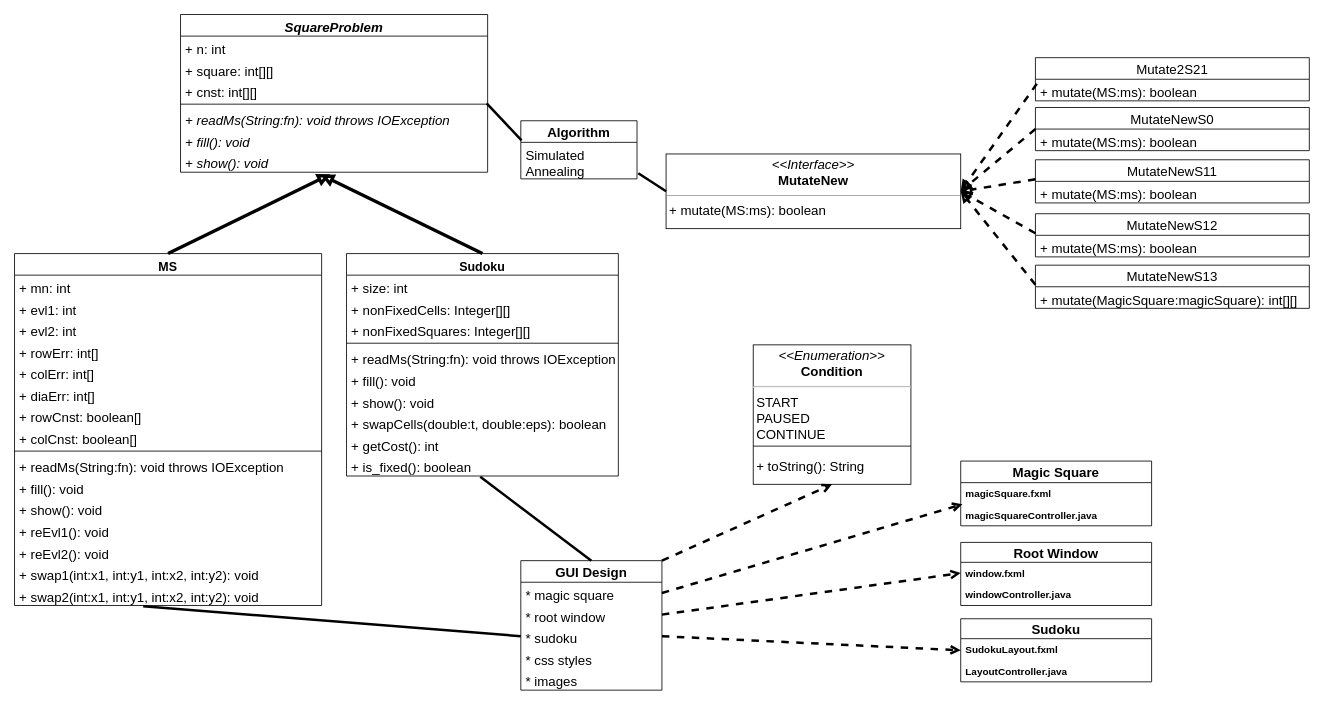
CharlotteE67/CharlotteE67.github.io keeps this draw.io diagram as UML-CS209.drawio. Above is the earlier version. Source tidied: cells renumbered, new cells numbered last; positions are measured from the earlier drawing's top-left corner, leaving out a move shared by most shapes. Both pictures are drawn from the tidied source at 83%, with x=0, y=0 at pixel (14, 14).
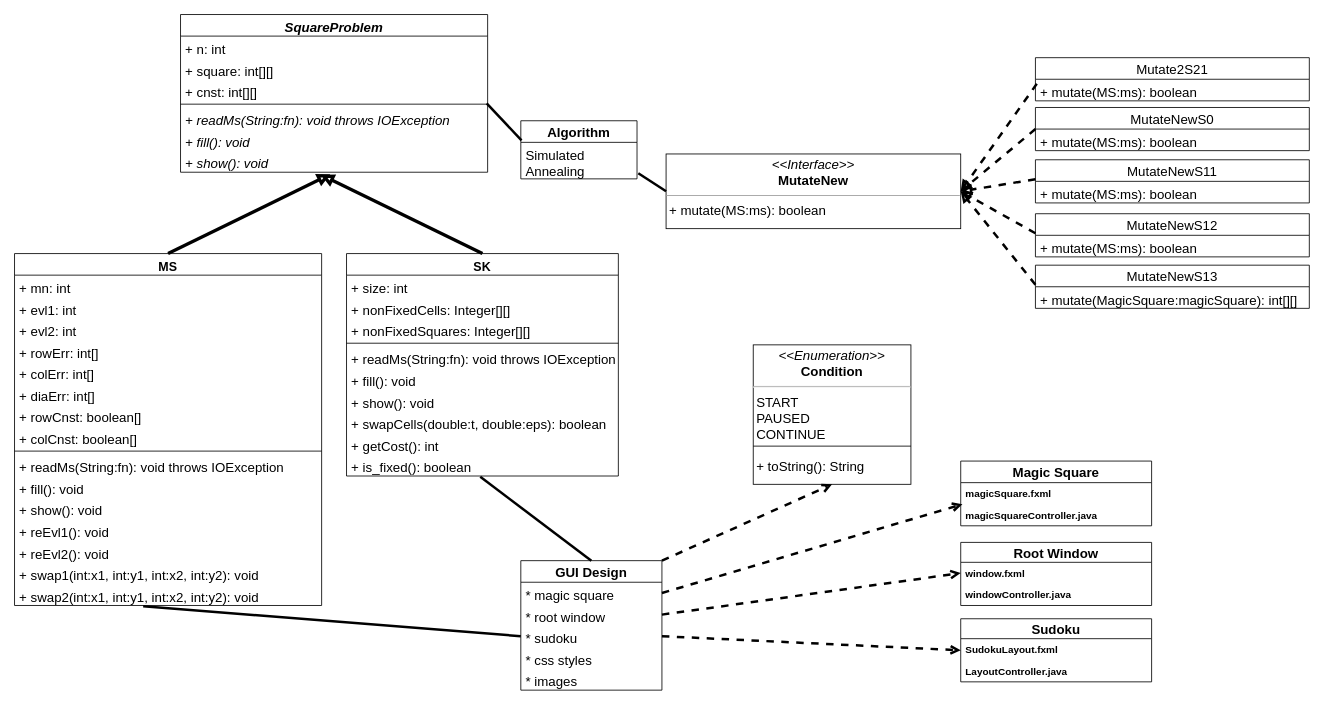
The same page after the edit.

The edit, as a diff of the source:
```diff
@@
-    <mxCell id="28" value="Sudoku" style="swimlane;fontStyle=1;align=center;verticalAlign=top;horizontal=1;startSize=26;fontSize=15;gradientColor=#ffffff;" parent="1" vertex="1">
+    <mxCell id="28" value="SK" style="swimlane;fontStyle=1;align=center;verticalAlign=top;horizontal=1;startSize=26;fontSize=15;gradientColor=#ffffff;" parent="1" vertex="1">
       <mxGeometry x="400" y="288" width="327.5" height="268" as="geometry" />
     </mxCell>
```
